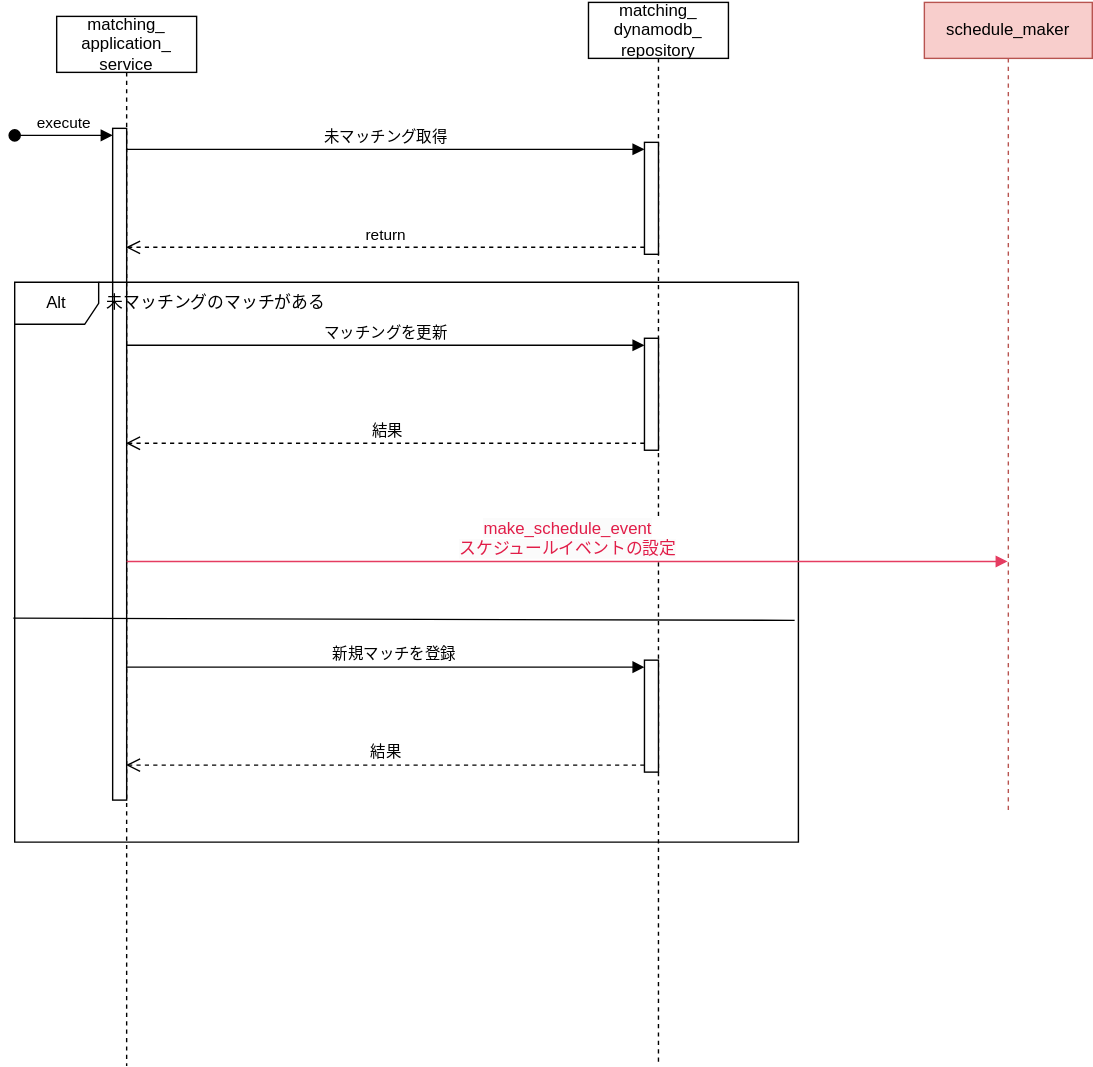
The draw.io diagram docs/03_詳細設計/シーケンス図/マッチングシーケンス.drawio.svg in pandapan-cute/TriggerGameCompose, before a commit. Source tidied: cells renumbered, new cells last; positions are measured from the earlier drawing's top-left corner, leaving out a move shared by most shapes.
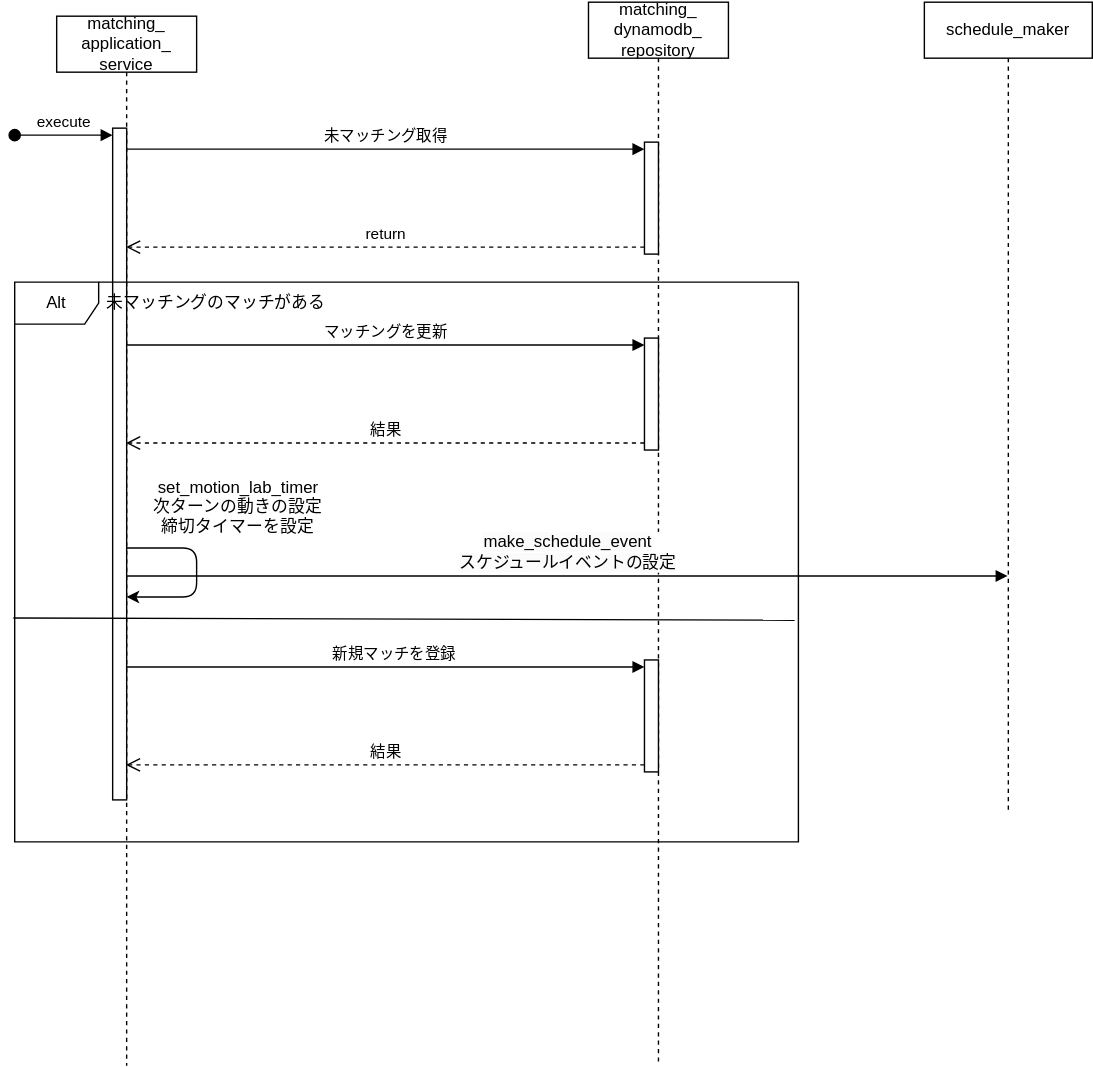
Above is the later version.

What changed in the source:
```diff
@@ -60,14 +60,26 @@
         <mxPoint x="80.5" y="545" as="targetPoint" />
       </mxGeometry>
     </mxCell>
-    <mxCell id="18" value="schedule_maker" style="shape=umlLifeline;perimeter=lifelinePerimeter;whiteSpace=wrap;html=1;newEdgeStyle={&quot;edgeStyle&quot;:&quot;elbowEdgeStyle&quot;,&quot;elbow&quot;:&quot;vertical&quot;,&quot;curved&quot;:0,&quot;rounded&quot;:0};fillColor=#f8cecc;strokeColor=#b85450;" parent="1" vertex="1">
+    <mxCell id="18" value="schedule_maker" style="shape=umlLifeline;perimeter=lifelinePerimeter;whiteSpace=wrap;html=1;newEdgeStyle={&quot;edgeStyle&quot;:&quot;elbowEdgeStyle&quot;,&quot;elbow&quot;:&quot;vertical&quot;,&quot;curved&quot;:0,&quot;rounded&quot;:0};" parent="1" vertex="1">
       <mxGeometry x="651" width="120" height="580" as="geometry" />
     </mxCell>
-    <mxCell id="19" value="&lt;span style=&quot;color: rgb(225, 29, 72); font-size: 12px; background-color: rgb(251, 251, 251);&quot;&gt;make_schedule_event&lt;/span&gt;&lt;br style=&quot;color: rgb(63, 63, 63); scrollbar-color: rgb(226, 226, 226) rgb(251, 251, 251); padding: 0px; margin: 0px; font-size: 12px; background-color: rgb(251, 251, 251);&quot;&gt;&lt;span style=&quot;color: rgb(225, 29, 72); font-size: 12px; background-color: rgb(251, 251, 251);&quot;&gt;スケジュールイベントの設定&lt;/span&gt;" style="html=1;verticalAlign=bottom;endArrow=block;curved=0;rounded=0;strokeColor=light-dark(#e53c61, #ededed);" parent="1" edge="1">
+    <mxCell id="19" value="&lt;span style=&quot;font-size: 12px; background-color: rgb(251, 251, 251);&quot;&gt;make_schedule_event&lt;/span&gt;&lt;br style=&quot;scrollbar-color: rgb(226, 226, 226) rgb(251, 251, 251); padding: 0px; margin: 0px; font-size: 12px; background-color: rgb(251, 251, 251);&quot;&gt;&lt;span style=&quot;font-size: 12px; background-color: rgb(251, 251, 251);&quot;&gt;スケジュールイベントの設定&lt;/span&gt;" style="html=1;verticalAlign=bottom;endArrow=block;curved=0;rounded=0;strokeColor=#000000;fontColor=#000000;" parent="1" edge="1">
       <mxGeometry relative="1" as="geometry">
-        <mxPoint x="81" y="399.5" as="sourcePoint" />
-        <mxPoint x="710.5" y="399.5" as="targetPoint" />
+        <mxPoint x="81" y="410" as="sourcePoint" />
+        <mxPoint x="710.5" y="410" as="targetPoint" />
       </mxGeometry>
     </mxCell>
+    <mxCell id="20" value="set_motion_lab_timer&#10;次ターンの動きの設定&#10;締切タイマーを設定" style="text;align=center;verticalAlign=middle;strokeColor=none;fillColor=none;fontColor=#000000;labelBackgroundColor=none;" parent="1" vertex="1">
+      <mxGeometry x="91" y="330" width="140" height="60" as="geometry" />
+    </mxCell>
+    <mxCell id="21" style="endArrow=classic;html=1;fontColor=#E11D48;strokeColor=#000000;" parent="1" edge="1" source="2">
+      <mxGeometry relative="1" as="geometry">
+        <mxPoint x="81" y="425" as="targetPoint" />
+        <Array as="points">
+          <mxPoint x="131" y="390" />
+          <mxPoint x="131" y="425" />
+        </Array>
+      </mxGeometry>
+    </mxCell>
   </root>
 </mxGraphModel>
```
